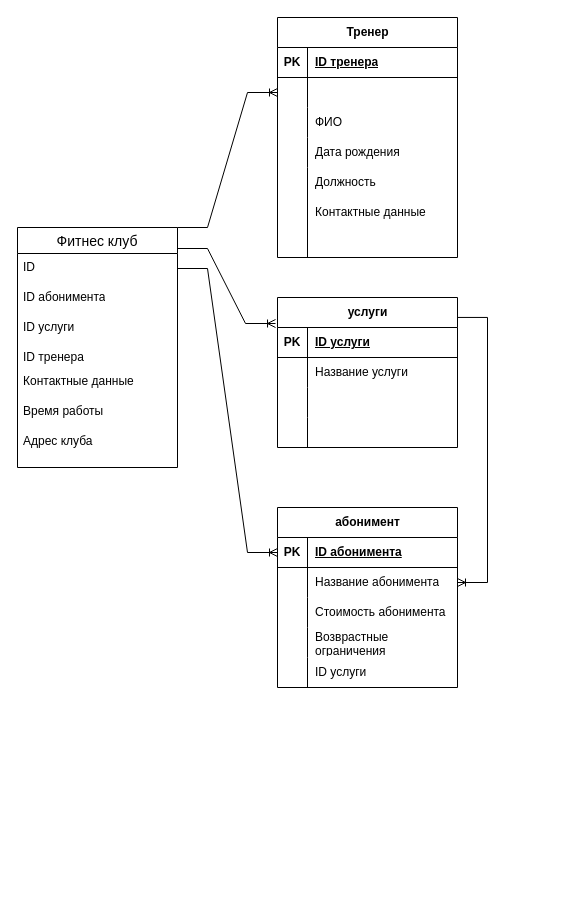
Above: Диаграмма без названия.drawio in Tredz01/_DataBases_ArtemSaponenko (draw.io), before the change. Source tidied: cells renumbered, new cells numbered last; positions are measured from the earlier drawing's top-left corner, leaving out a move shared by most shapes. Both pictures are drawn from the tidied source at 100%, with x=0, y=0 at pixel (17, 17).
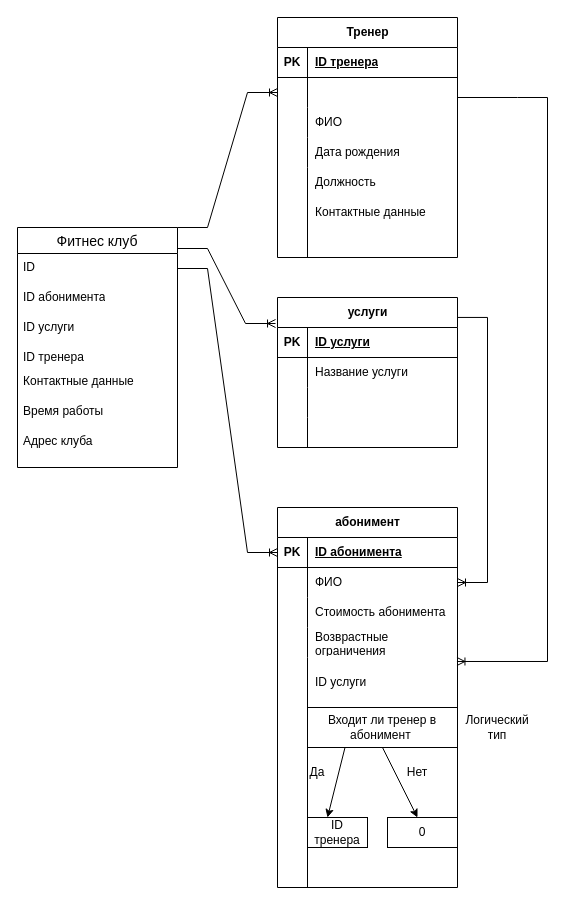
Above is the later version.

The change refers to these unchanged cells:
```xml
<mxCell id="43" style="shape=tableRow;horizontal=0;startSize=0;swimlaneHead=0;swimlaneBody=0;fillColor=none;points=[[0,0.5],[1,0.5]];portConstraint=eastwest;top=0;left=0;right=0;bottom=0;" parent="39" vertex="1">
  <mxGeometry y="60" width="180" height="30" as="geometry" />
</mxCell>
<mxCell id="49" style="shape=tableRow;horizontal=0;startSize=0;swimlaneHead=0;swimlaneBody=0;fillColor=none;points=[[0,0.5],[1,0.5]];portConstraint=eastwest;top=0;left=0;right=0;bottom=0;" parent="39" vertex="1">
  <mxGeometry y="120" width="180" height="30" as="geometry" />
</mxCell>
```

Diff of the diagram source:
```diff
@@
     <mxCell id="39" value="абонимент" style="shape=table;startSize=30;childLayout=tableLayout;rowLines=0;fontStyle=1;align=center;html=1;" parent="1" vertex="1">
-      <mxGeometry x="260" y="490" width="180" height="180" as="geometry" />
+      <mxGeometry x="260" y="490" width="180" height="380" as="geometry" />
     </mxCell>
@@
-    <mxCell id="45" value="Название абонимента" style="shape=partialRectangle;fillColor=none;top=0;left=0;bottom=0;right=0;align=left;spacingLeft=6;overflow=hidden;whiteSpace=wrap;html=1;" parent="43" vertex="1">
+    <mxCell id="45" value="ФИО" style="shape=partialRectangle;fillColor=none;top=0;left=0;bottom=0;right=0;align=left;spacingLeft=6;overflow=hidden;whiteSpace=wrap;html=1;" parent="43" vertex="1">
       <mxGeometry x="30" width="150" height="30" as="geometry" />
     </mxCell>
@@
     <mxCell id="52" value="ID услуги" style="shape=partialRectangle;fillColor=none;top=0;left=0;bottom=0;right=0;align=left;spacingLeft=6;overflow=hidden;whiteSpace=wrap;html=1;" parent="1" vertex="1">
-      <mxGeometry x="290" y="640" width="150" height="30" as="geometry" />
+      <mxGeometry x="290" y="650" width="150" height="30" as="geometry" />
     </mxCell>
     <mxCell id="53" style="endArrow=none;html=1;rounded=0;" parent="1" edge="1">
       <mxGeometry relative="1" as="geometry">
         <mxPoint x="290" y="640" as="sourcePoint" />
-        <mxPoint x="290" y="670" as="targetPoint" />
+        <mxPoint x="290" y="870" as="targetPoint" />
       </mxGeometry>
     </mxCell>
@@
+    <mxCell id="58" value="Входит ли тренер в абонимент&amp;nbsp;" style="whiteSpace=wrap;html=1;align=center;" parent="1" vertex="1">
+      <mxGeometry x="290" y="690" width="150" height="40" as="geometry" />
+    </mxCell>
+    <mxCell id="59" style="endArrow=classic;html=1;rounded=0;exitX=0.25;exitY=1;exitDx=0;exitDy=0;" parent="1" edge="1" source="58">
+      <mxGeometry relative="1" as="geometry">
+        <mxPoint x="310" y="800" as="targetPoint" />
+      </mxGeometry>
+    </mxCell>
+    <mxCell id="60" style="rounded=0;whiteSpace=wrap;html=1;" parent="1" vertex="1">
+      <mxGeometry x="290" y="800" width="60" height="30" as="geometry" />
+    </mxCell>
+    <mxCell id="61" value="Да" style="text;html=1;align=center;verticalAlign=middle;whiteSpace=wrap;rounded=0;" parent="1" vertex="1">
+      <mxGeometry x="270" y="740" width="60" height="30" as="geometry" />
+    </mxCell>
+    <mxCell id="62" value="ID тренера" style="text;html=1;align=center;verticalAlign=middle;whiteSpace=wrap;rounded=0;" parent="1" vertex="1">
+      <mxGeometry x="290" y="800" width="60" height="30" as="geometry" />
+    </mxCell>
+    <mxCell id="63" style="endArrow=classic;html=1;rounded=0;exitX=0.5;exitY=1;exitDx=0;exitDy=0;" parent="1" edge="1" source="58">
+      <mxGeometry relative="1" as="geometry">
+        <mxPoint x="400" y="800" as="targetPoint" />
+      </mxGeometry>
+    </mxCell>
+    <mxCell id="64" style="rounded=0;whiteSpace=wrap;html=1;" parent="1" vertex="1">
+      <mxGeometry x="370" y="800" width="70" height="30" as="geometry" />
+    </mxCell>
+    <mxCell id="65" value="Нет" style="text;html=1;align=center;verticalAlign=middle;whiteSpace=wrap;rounded=0;" parent="1" vertex="1">
+      <mxGeometry x="370" y="740" width="60" height="30" as="geometry" />
+    </mxCell>
+    <mxCell id="66" style="edgeStyle=entityRelationEdgeStyle;fontSize=12;html=1;endArrow=ERoneToMany;rounded=0;entryX=0.997;entryY=1.133;entryDx=0;entryDy=0;entryPerimeter=0;" parent="1" edge="1" target="49">
+      <mxGeometry relative="1" as="geometry">
+        <mxPoint x="500" y="80" as="sourcePoint" />
+        <Array as="points">
+          <mxPoint x="490" y="310" />
+          <mxPoint x="280" y="250" />
+          <mxPoint x="450" y="200" />
+          <mxPoint x="470" y="200" />
+          <mxPoint x="550" y="640" />
+          <mxPoint x="500" y="280" />
+        </Array>
+      </mxGeometry>
+    </mxCell>
+    <mxCell id="67" value="Логический тип" style="text;html=1;align=center;verticalAlign=middle;whiteSpace=wrap;rounded=0;" parent="1" vertex="1">
+      <mxGeometry x="450" y="695" width="60" height="30" as="geometry" />
+    </mxCell>
+    <mxCell id="68" value="0" style="text;html=1;align=center;verticalAlign=middle;whiteSpace=wrap;rounded=0;" parent="1" vertex="1">
+      <mxGeometry x="375" y="800" width="60" height="30" as="geometry" />
+    </mxCell>
+    <mxCell id="69" style="endArrow=none;html=1;rounded=0;" parent="1" edge="1">
+      <mxGeometry relative="1" as="geometry">
+        <mxPoint x="440" y="80" as="sourcePoint" />
+        <mxPoint x="500" y="80" as="targetPoint" />
+      </mxGeometry>
+    </mxCell>
```
